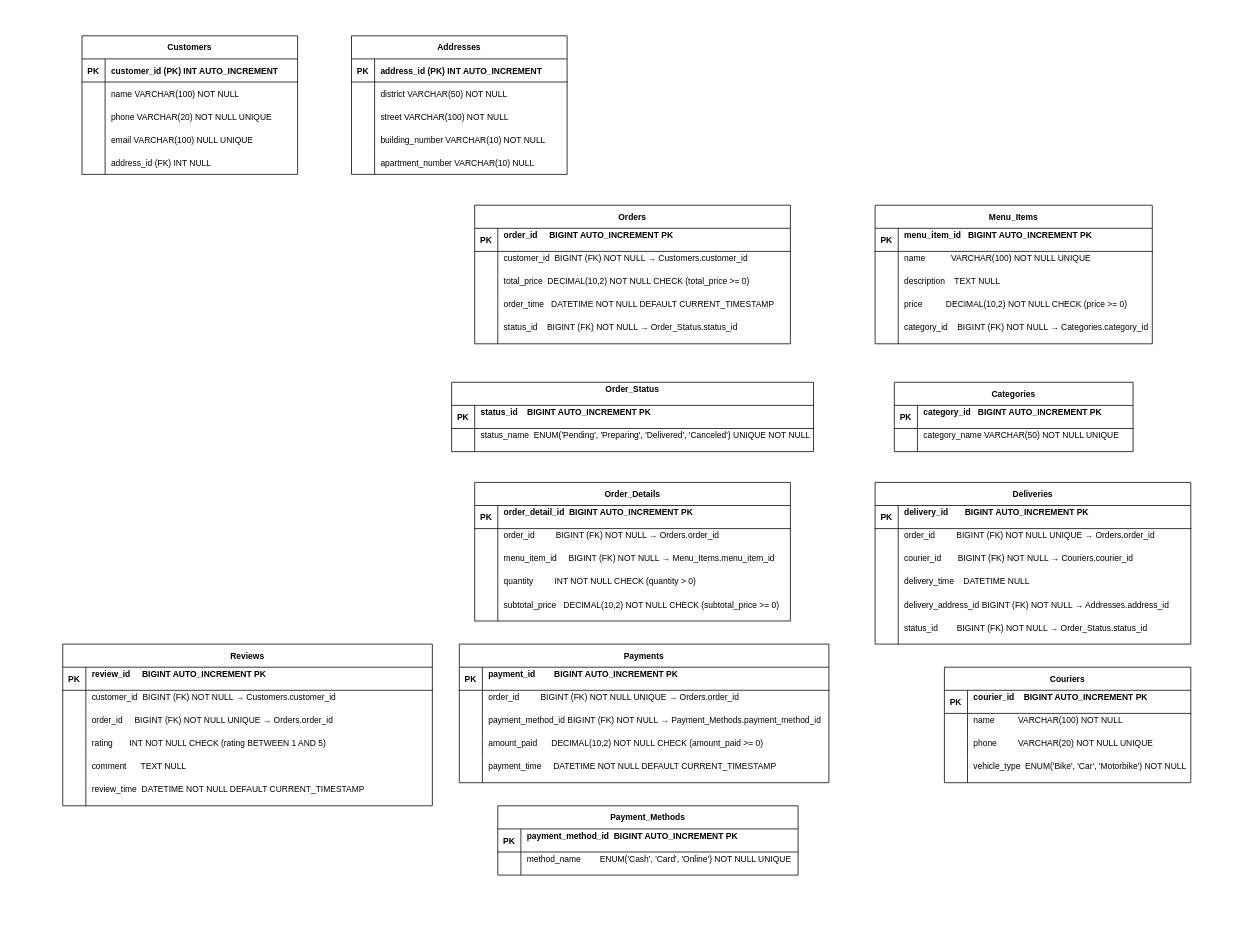
SergejusSG/git-demo1 keeps this draw.io diagram as Untitled Diagram.drawio. Above is the earlier version. Source tidied: cells renumbered, new cells numbered last; positions are measured from the earlier drawing's top-left corner, leaving out a move shared by most shapes. Both pictures are drawn from the tidied source at 77%, with x=0, y=0 at pixel (62, 35).
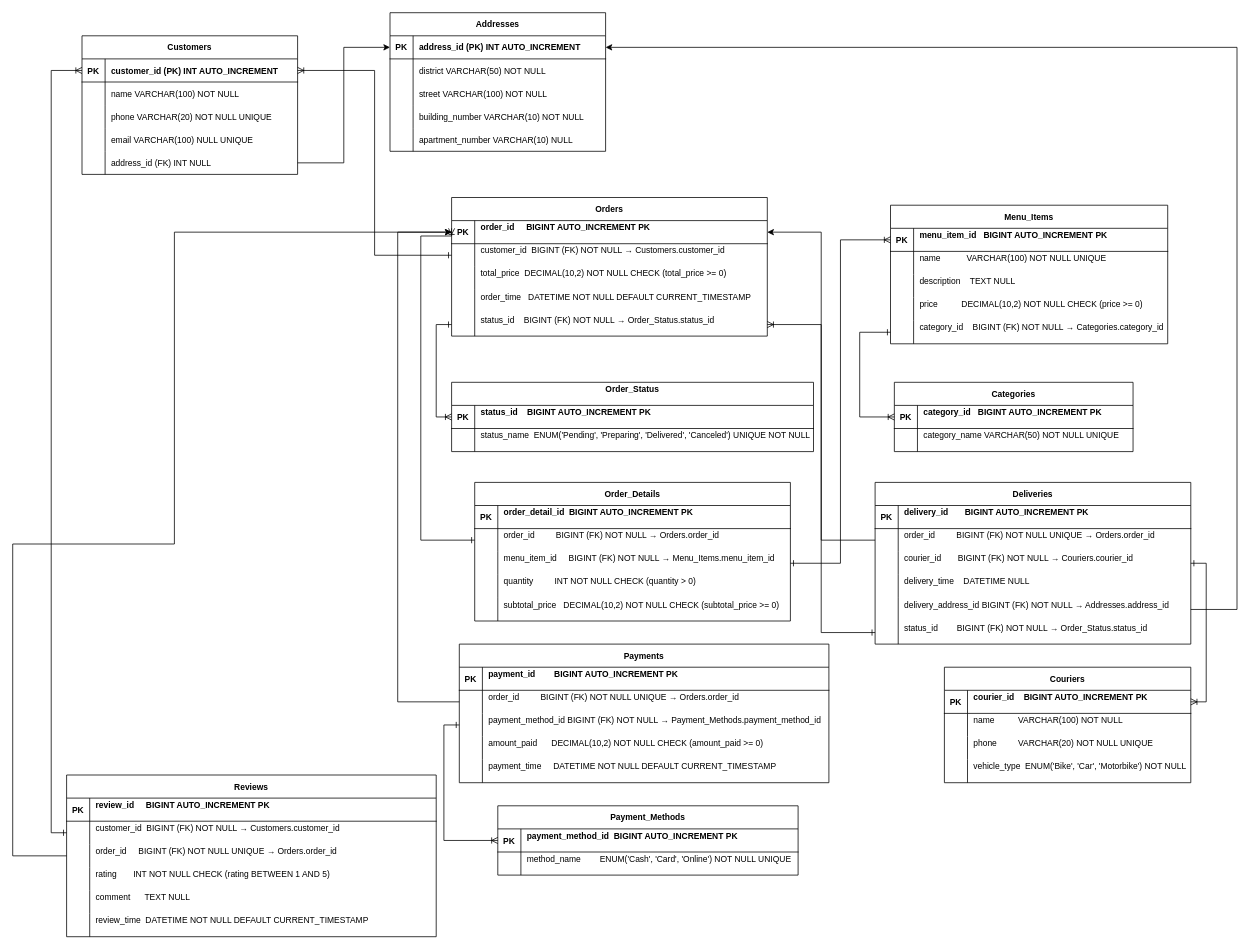
After the change.

The change refers to these unchanged cells:
```xml
<mxCell id="3" style="shape=partialRectangle;fillColor=none;points=[[0,0.5],[1,0.5]];portConstraint=eastwest;top=0;left=0;right=0;bottom=1;fontSize=11;" parent="2" vertex="1">
  <mxGeometry y="30" width="280" height="30" as="geometry" />
</mxCell>
<mxCell id="15" style="shape=partialRectangle;fillColor=none;points=[[0,0.5],[1,0.5]];portConstraint=eastwest;top=0;left=0;right=0;bottom=0;fontSize=11;" parent="2" vertex="1">
  <mxGeometry y="150" width="280" height="30" as="geometry" />
</mxCell>
<mxCell id="19" style="shape=partialRectangle;fillColor=none;points=[[0,0.5],[1,0.5]];portConstraint=eastwest;top=0;left=0;right=0;bottom=1;fontSize=11;" parent="18" vertex="1">
  <mxGeometry y="30" width="280" height="30" as="geometry" />
</mxCell>
<mxCell id="35" style="shape=partialRectangle;fillColor=none;points=[[0,0.5],[1,0.5]];portConstraint=eastwest;top=0;left=0;right=0;bottom=1;fontSize=11;" parent="34" vertex="1">
  <mxGeometry y="30" width="410" height="30" as="geometry" />
</mxCell>
<mxCell id="38" style="shape=partialRectangle;fillColor=none;points=[[0,0.5],[1,0.5]];portConstraint=eastwest;top=0;left=0;right=0;bottom=0;fontSize=11;" parent="34" vertex="1">
  <mxGeometry y="60" width="410" height="30" as="geometry" />
</mxCell>
<mxCell id="47" style="shape=partialRectangle;fillColor=none;points=[[0,0.5],[1,0.5]];portConstraint=eastwest;top=0;left=0;right=0;bottom=0;fontSize=11;" parent="34" vertex="1">
  <mxGeometry y="150" width="410" height="30" as="geometry" />
</mxCell>
<mxCell id="51" style="shape=partialRectangle;fillColor=none;points=[[0,0.5],[1,0.5]];portConstraint=eastwest;top=0;left=0;right=0;bottom=1;fontSize=11;" parent="50" vertex="1">
  <mxGeometry y="30" width="470" height="30" as="geometry" />
</mxCell>
<mxCell id="61" style="shape=partialRectangle;fillColor=none;points=[[0,0.5],[1,0.5]];portConstraint=eastwest;top=0;left=0;right=0;bottom=0;fontSize=11;" parent="57" vertex="1">
  <mxGeometry y="60" width="410" height="30" as="geometry" />
</mxCell>
<mxCell id="64" style="shape=partialRectangle;fillColor=none;points=[[0,0.5],[1,0.5]];portConstraint=eastwest;top=0;left=0;right=0;bottom=0;fontSize=11;" parent="57" vertex="1">
  <mxGeometry y="90" width="410" height="30" as="geometry" />
</mxCell>
<mxCell id="74" style="shape=partialRectangle;fillColor=none;points=[[0,0.5],[1,0.5]];portConstraint=eastwest;top=0;left=0;right=0;bottom=1;fontSize=11;" parent="73" vertex="1">
  <mxGeometry y="30" width="360" height="30" as="geometry" />
</mxCell>
<mxCell id="86" style="shape=partialRectangle;fillColor=none;points=[[0,0.5],[1,0.5]];portConstraint=eastwest;top=0;left=0;right=0;bottom=0;fontSize=11;" parent="73" vertex="1">
  <mxGeometry y="150" width="360" height="30" as="geometry" />
</mxCell>
<mxCell id="90" style="shape=partialRectangle;fillColor=none;points=[[0,0.5],[1,0.5]];portConstraint=eastwest;top=0;left=0;right=0;bottom=1;fontSize=11;" parent="89" vertex="1">
  <mxGeometry y="30" width="310" height="30" as="geometry" />
</mxCell>
<mxCell id="97" style="shape=partialRectangle;fillColor=none;points=[[0,0.5],[1,0.5]];portConstraint=eastwest;top=0;left=0;right=0;bottom=1;fontSize=11;" parent="96" vertex="1">
  <mxGeometry y="30" width="320" height="30" as="geometry" />
</mxCell>
<mxCell id="113" style="shape=partialRectangle;fillColor=none;points=[[0,0.5],[1,0.5]];portConstraint=eastwest;top=0;left=0;right=0;bottom=0;fontSize=11;" parent="109" vertex="1">
  <mxGeometry y="60" width="410" height="30" as="geometry" />
</mxCell>
<mxCell id="116" style="shape=partialRectangle;fillColor=none;points=[[0,0.5],[1,0.5]];portConstraint=eastwest;top=0;left=0;right=0;bottom=0;fontSize=11;" parent="109" vertex="1">
  <mxGeometry y="90" width="410" height="30" as="geometry" />
</mxCell>
<mxCell id="122" style="shape=partialRectangle;fillColor=none;points=[[0,0.5],[1,0.5]];portConstraint=eastwest;top=0;left=0;right=0;bottom=0;fontSize=11;" parent="109" vertex="1">
  <mxGeometry y="150" width="410" height="30" as="geometry" />
</mxCell>
<mxCell id="125" style="shape=partialRectangle;fillColor=none;points=[[0,0.5],[1,0.5]];portConstraint=eastwest;top=0;left=0;right=0;bottom=0;fontSize=11;" parent="109" vertex="1">
  <mxGeometry y="180" width="410" height="30" as="geometry" />
</mxCell>
<mxCell id="132" style="shape=partialRectangle;fillColor=none;points=[[0,0.5],[1,0.5]];portConstraint=eastwest;top=0;left=0;right=0;bottom=0;fontSize=11;" parent="128" vertex="1">
  <mxGeometry y="60" width="480" height="30" as="geometry" />
</mxCell>
<mxCell id="135" style="shape=partialRectangle;fillColor=none;points=[[0,0.5],[1,0.5]];portConstraint=eastwest;top=0;left=0;right=0;bottom=0;fontSize=11;" parent="128" vertex="1">
  <mxGeometry y="90" width="480" height="30" as="geometry" />
</mxCell>
<mxCell id="145" style="shape=partialRectangle;fillColor=none;points=[[0,0.5],[1,0.5]];portConstraint=eastwest;top=0;left=0;right=0;bottom=1;fontSize=11;" parent="144" vertex="1">
  <mxGeometry y="30" width="390" height="30" as="geometry" />
</mxCell>
<mxCell id="155" style="shape=partialRectangle;fillColor=none;points=[[0,0.5],[1,0.5]];portConstraint=eastwest;top=0;left=0;right=0;bottom=0;fontSize=11;" parent="151" vertex="1">
  <mxGeometry y="60" width="480" height="30" as="geometry" />
</mxCell>
<mxCell id="158" style="shape=partialRectangle;fillColor=none;points=[[0,0.5],[1,0.5]];portConstraint=eastwest;top=0;left=0;right=0;bottom=0;fontSize=11;" parent="151" vertex="1">
  <mxGeometry y="90" width="480" height="30" as="geometry" />
</mxCell>
```

The edit, as a diff of the source:
```diff
@@
     <mxCell id="18" value="Addresses" style="shape=table;startSize=30;childLayout=tableLayout;rowLines=0;fontStyle=1;align=center;fontSize=11;" parent="1" vertex="1">
-      <mxGeometry x="375" width="280" height="180" as="geometry" />
+      <mxGeometry x="425" y="-30" width="280" height="180" as="geometry" />
     </mxCell>
@@
     <mxCell id="34" value="Orders" style="shape=table;startSize=30;childLayout=tableLayout;rowLines=0;fontStyle=1;align=center;fontSize=11;" parent="1" vertex="1">
-      <mxGeometry x="535" y="220" width="410" height="180" as="geometry" />
+      <mxGeometry x="505" y="210" width="410" height="180" as="geometry" />
     </mxCell>
@@
     <mxCell id="73" value="Menu_Items" style="shape=table;startSize=30;childLayout=tableLayout;rowLines=0;fontStyle=1;align=center;fontSize=11;" parent="1" vertex="1">
-      <mxGeometry x="1055" y="220" width="360" height="180" as="geometry" />
+      <mxGeometry x="1075" y="220" width="360" height="180" as="geometry" />
     </mxCell>
@@
     <mxCell id="151" value="Reviews" style="shape=table;startSize=30;childLayout=tableLayout;rowLines=0;fontStyle=1;align=center;fontSize=11;" parent="1" vertex="1">
-      <mxGeometry y="790" width="480" height="210" as="geometry" />
+      <mxGeometry x="5" y="960" width="480" height="210" as="geometry" />
     </mxCell>
@@
+    <mxCell id="170" style="edgeStyle=orthogonalEdgeStyle;rounded=0;jettySize=auto;html=1;exitX=1;exitY=0.5;exitDx=0;exitDy=0;entryX=0;entryY=0.5;entryDx=0;entryDy=0;" parent="1" edge="1" source="15" target="19">
+      <mxGeometry relative="1" as="geometry" />
+    </mxCell>
+    <mxCell id="171" style="edgeStyle=orthogonalEdgeStyle;rounded=0;jettySize=auto;html=1;exitX=0;exitY=0.5;exitDx=0;exitDy=0;entryX=1;entryY=0.5;entryDx=0;entryDy=0;endArrow=ERoneToMany;endFill=0;startArrow=ERone;startFill=0;" parent="1" edge="1" source="38" target="3">
+      <mxGeometry relative="1" as="geometry" />
+    </mxCell>
+    <mxCell id="172" style="edgeStyle=orthogonalEdgeStyle;rounded=0;jettySize=auto;html=1;exitX=0;exitY=0.5;exitDx=0;exitDy=0;entryX=0;entryY=0.5;entryDx=0;entryDy=0;startArrow=ERoneToMany;startFill=0;endArrow=ERone;endFill=0;" parent="1" edge="1" source="51" target="47">
+      <mxGeometry relative="1" as="geometry" />
+    </mxCell>
+    <mxCell id="173" style="edgeStyle=orthogonalEdgeStyle;rounded=0;jettySize=auto;html=1;entryX=0;entryY=0.333;entryDx=0;entryDy=0;entryPerimeter=0;startArrow=ERone;startFill=0;endArrow=ERoneToMany;endFill=0;" parent="1" edge="1" source="61" target="35">
+      <mxGeometry relative="1" as="geometry">
+        <Array as="points">
+          <mxPoint x="465" y="655" />
+          <mxPoint x="465" y="260" />
+        </Array>
+      </mxGeometry>
+    </mxCell>
+    <mxCell id="174" style="edgeStyle=orthogonalEdgeStyle;rounded=0;jettySize=auto;html=1;exitX=1;exitY=0.5;exitDx=0;exitDy=0;entryX=0;entryY=0.5;entryDx=0;entryDy=0;endArrow=ERoneToMany;endFill=0;startArrow=ERone;startFill=0;" parent="1" edge="1" source="64" target="74">
+      <mxGeometry relative="1" as="geometry" />
+    </mxCell>
+    <mxCell id="175" style="edgeStyle=orthogonalEdgeStyle;rounded=0;jettySize=auto;html=1;entryX=0;entryY=0.5;entryDx=0;entryDy=0;endArrow=ERoneToMany;endFill=0;startArrow=ERone;startFill=0;" parent="1" edge="1" source="86" target="90">
+      <mxGeometry relative="1" as="geometry">
+        <Array as="points">
+          <mxPoint x="1035" y="385" />
+          <mxPoint x="1035" y="495" />
+        </Array>
+      </mxGeometry>
+    </mxCell>
+    <mxCell id="176" style="edgeStyle=orthogonalEdgeStyle;rounded=0;jettySize=auto;html=1;entryX=1;entryY=0.5;entryDx=0;entryDy=0;" parent="1" edge="1" source="113" target="35">
+      <mxGeometry relative="1" as="geometry" />
+    </mxCell>
+    <mxCell id="177" style="edgeStyle=orthogonalEdgeStyle;rounded=0;jettySize=auto;html=1;exitX=1;exitY=0.5;exitDx=0;exitDy=0;entryX=1;entryY=0.5;entryDx=0;entryDy=0;endArrow=ERoneToMany;endFill=0;startArrow=ERone;startFill=0;" parent="1" edge="1" source="116" target="97">
+      <mxGeometry relative="1" as="geometry" />
+    </mxCell>
+    <mxCell id="178" style="edgeStyle=orthogonalEdgeStyle;rounded=0;jettySize=auto;html=1;entryX=1;entryY=0.5;entryDx=0;entryDy=0;startArrow=ERone;startFill=0;endArrow=ERoneToMany;endFill=0;" parent="1" edge="1" source="125" target="47">
+      <mxGeometry relative="1" as="geometry" />
+    </mxCell>
+    <mxCell id="179" style="edgeStyle=orthogonalEdgeStyle;rounded=0;jettySize=auto;html=1;exitX=1;exitY=0.5;exitDx=0;exitDy=0;" parent="1" edge="1" source="122" target="19">
+      <mxGeometry relative="1" as="geometry">
+        <Array as="points">
+          <mxPoint x="1525" y="745" />
+          <mxPoint x="1525" y="15" />
+        </Array>
+      </mxGeometry>
+    </mxCell>
+    <mxCell id="180" style="edgeStyle=orthogonalEdgeStyle;rounded=0;jettySize=auto;html=1;entryX=0;entryY=0.5;entryDx=0;entryDy=0;" parent="1" edge="1" source="132" target="35">
+      <mxGeometry relative="1" as="geometry">
+        <Array as="points">
+          <mxPoint x="435" y="865" />
+          <mxPoint x="435" y="255" />
+        </Array>
+      </mxGeometry>
+    </mxCell>
+    <mxCell id="181" style="edgeStyle=orthogonalEdgeStyle;rounded=0;jettySize=auto;html=1;exitX=0;exitY=0.5;exitDx=0;exitDy=0;entryX=0;entryY=0.5;entryDx=0;entryDy=0;startArrow=ERone;startFill=0;endArrow=ERoneToMany;endFill=0;" parent="1" edge="1" source="135" target="145">
+      <mxGeometry relative="1" as="geometry" />
+    </mxCell>
+    <mxCell id="182" style="edgeStyle=orthogonalEdgeStyle;rounded=0;jettySize=auto;html=1;entryX=0;entryY=0.5;entryDx=0;entryDy=0;endArrow=ERoneToMany;endFill=0;startArrow=ERone;startFill=0;" parent="1" edge="1" source="155" target="3">
+      <mxGeometry relative="1" as="geometry" />
+    </mxCell>
+    <mxCell id="183" style="edgeStyle=orthogonalEdgeStyle;rounded=0;jettySize=auto;html=1;" parent="1" edge="1" source="158" target="35">
+      <mxGeometry relative="1" as="geometry">
+        <Array as="points">
+          <mxPoint x="-65" y="1065" />
+          <mxPoint x="-65" y="660" />
+          <mxPoint x="145" y="660" />
+          <mxPoint x="145" y="255" />
+        </Array>
+      </mxGeometry>
+    </mxCell>
```
